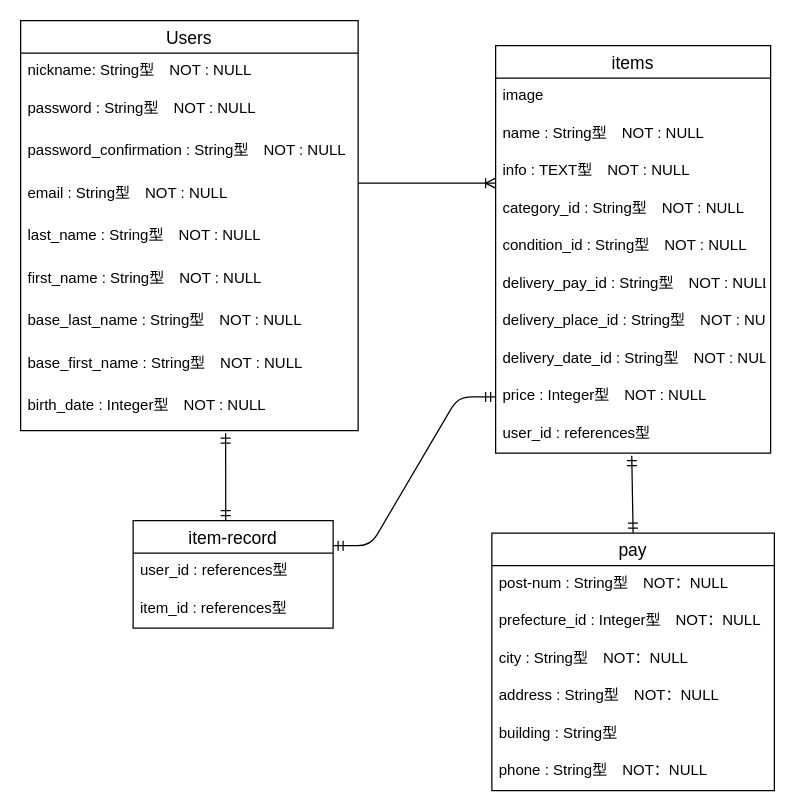
Haru65PF/furima-34560 keeps this draw.io diagram as DBTable.dio. Above is the earlier version. Source tidied: cells renumbered, new cells numbered last; positions are measured from the earlier drawing's top-left corner, leaving out a move shared by most shapes. Both pictures are drawn from the tidied source at 125%, with x=0, y=0 at pixel (20, 20).
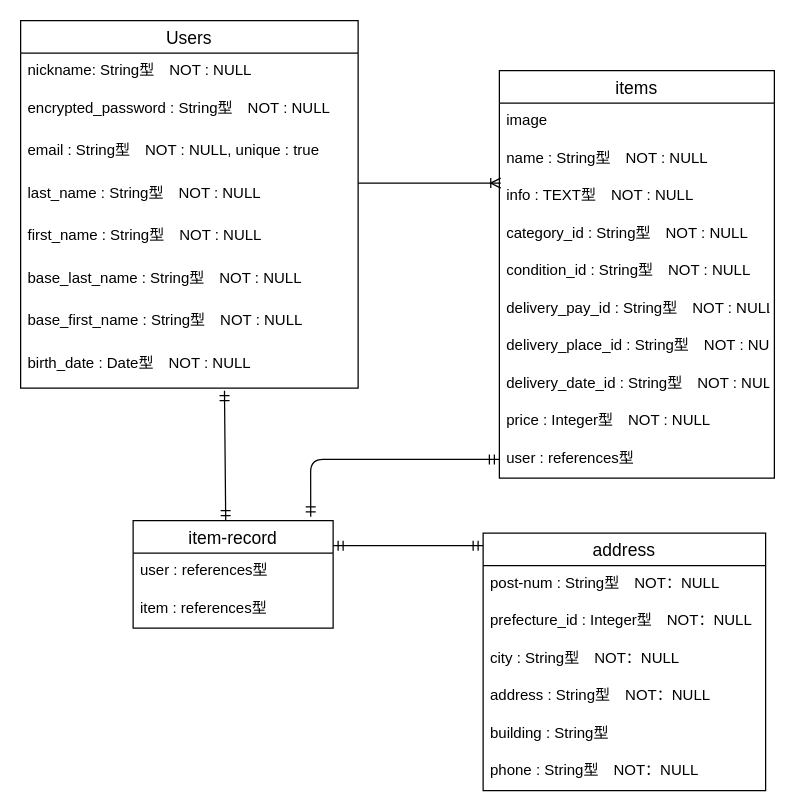
The same page after the edit.

Commit message (it also covers changes not shown here):
DB設計修正　２回目

The change refers to these unchanged cells:
```xml
<mxCell id="15" value="info : TEXT型　NOT : NULL" style="text;strokeColor=none;fillColor=none;spacingLeft=4;spacingRight=4;overflow=hidden;points=[[0,0.5],[1,0.5]];portConstraint=eastwest;fontSize=12;" parent="12" vertex="1">
  <mxGeometry y="86" width="220" height="30" as="geometry" />
</mxCell>
<mxCell id="21" value="price : Integer型　NOT : NULL" style="text;strokeColor=none;fillColor=none;spacingLeft=4;spacingRight=4;overflow=hidden;points=[[0,0.5],[1,0.5]];portConstraint=eastwest;fontSize=12;" parent="12" vertex="1">
  <mxGeometry y="266" width="220" height="30" as="geometry" />
</mxCell>
<mxCell id="32" value="item-record" style="swimlane;fontStyle=0;horizontal=1;startSize=26;align=center;fontSize=14;" parent="1" vertex="1">
  <mxGeometry x="90" y="400" width="160" height="86" as="geometry" />
</mxCell>
```

What changed in the source:
```diff
@@
     <mxCell id="2" value="Users" style="swimlane;fontStyle=0;horizontal=1;startSize=26;align=center;fontSize=14;" parent="1" vertex="1">
-      <mxGeometry width="270" height="328" as="geometry" />
+      <mxGeometry width="270" height="294" as="geometry" />
     </mxCell>
@@
-    <mxCell id="4" value="password : String型　NOT : NULL" style="text;strokeColor=none;fillColor=none;spacingLeft=4;spacingRight=4;overflow=hidden;fontSize=12;" parent="2" vertex="1">
+    <mxCell id="4" value="encrypted_password : String型　NOT : NULL" style="text;strokeColor=none;fillColor=none;spacingLeft=4;spacingRight=4;overflow=hidden;fontSize=12;" parent="2" vertex="1">
       <mxGeometry y="56" width="270" height="34" as="geometry" />
     </mxCell>
-    <mxCell id="5" value="password_confirmation : String型　NOT : NULL" style="text;strokeColor=none;fillColor=none;spacingLeft=4;spacingRight=4;overflow=hidden;fontSize=12;" parent="2" vertex="1">
-      <mxGeometry y="90" width="270" height="34" as="geometry" />
-    </mxCell>
-    <mxCell id="6" value="email : String型　NOT : NULL" style="text;strokeColor=none;fillColor=none;spacingLeft=4;spacingRight=4;overflow=hidden;fontSize=12;" parent="2" vertex="1">
-      <mxGeometry y="124" width="270" height="34" as="geometry" />
+    <mxCell id="6" value="email : String型　NOT : NULL, unique : true" style="text;strokeColor=none;fillColor=none;spacingLeft=4;spacingRight=4;overflow=hidden;fontSize=12;" parent="2" vertex="1">
+      <mxGeometry y="90" width="270" height="34" as="geometry" />
     </mxCell>
     <mxCell id="7" value="last_name : String型　NOT : NULL" style="text;strokeColor=none;fillColor=none;spacingLeft=4;spacingRight=4;overflow=hidden;fontSize=12;" parent="2" vertex="1">
-      <mxGeometry y="158" width="270" height="34" as="geometry" />
+      <mxGeometry y="124" width="270" height="34" as="geometry" />
     </mxCell>
     <mxCell id="8" value="first_name : String型　NOT : NULL" style="text;strokeColor=none;fillColor=none;spacingLeft=4;spacingRight=4;overflow=hidden;fontSize=12;" parent="2" vertex="1">
-      <mxGeometry y="192" width="270" height="34" as="geometry" />
+      <mxGeometry y="158" width="270" height="34" as="geometry" />
     </mxCell>
     <mxCell id="9" value="base_last_name : String型　NOT : NULL" style="text;strokeColor=none;fillColor=none;spacingLeft=4;spacingRight=4;overflow=hidden;fontSize=12;" parent="2" vertex="1">
-      <mxGeometry y="226" width="270" height="34" as="geometry" />
+      <mxGeometry y="192" width="270" height="34" as="geometry" />
     </mxCell>
     <mxCell id="10" value="base_first_name : String型　NOT : NULL" style="text;strokeColor=none;fillColor=none;spacingLeft=4;spacingRight=4;overflow=hidden;fontSize=12;" parent="2" vertex="1">
-      <mxGeometry y="260" width="270" height="34" as="geometry" />
+      <mxGeometry y="226" width="270" height="34" as="geometry" />
     </mxCell>
-    <mxCell id="11" value="birth_date : Integer型　NOT : NULL" style="text;strokeColor=none;fillColor=none;spacingLeft=4;spacingRight=4;overflow=hidden;points=[[0,0.5],[1,0.5]];portConstraint=eastwest;fontSize=12;" parent="2" vertex="1">
-      <mxGeometry y="294" width="270" height="34" as="geometry" />
+    <mxCell id="11" value="birth_date : Date型　NOT : NULL" style="text;strokeColor=none;fillColor=none;spacingLeft=4;spacingRight=4;overflow=hidden;points=[[0,0.5],[1,0.5]];portConstraint=eastwest;fontSize=12;" parent="2" vertex="1">
+      <mxGeometry y="260" width="270" height="34" as="geometry" />
     </mxCell>
     <mxCell id="12" value="items" style="swimlane;fontStyle=0;horizontal=1;startSize=26;align=center;fontSize=14;" parent="1" vertex="1">
-      <mxGeometry x="380" y="20" width="220" height="326" as="geometry" />
+      <mxGeometry x="383" y="40" width="220" height="326" as="geometry" />
     </mxCell>
@@
-    <mxCell id="22" value="user_id : references型" style="text;strokeColor=none;fillColor=none;spacingLeft=4;spacingRight=4;overflow=hidden;points=[[0,0.5],[1,0.5]];portConstraint=eastwest;fontSize=12;" parent="12" vertex="1">
+    <mxCell id="22" value="user : references型" style="text;strokeColor=none;fillColor=none;spacingLeft=4;spacingRight=4;overflow=hidden;points=[[0,0.5],[1,0.5]];portConstraint=eastwest;fontSize=12;" parent="12" vertex="1">
       <mxGeometry y="296" width="220" height="30" as="geometry" />
     </mxCell>
-    <mxCell id="23" value="pay" style="swimlane;fontStyle=0;horizontal=1;startSize=26;align=center;fontSize=14;" parent="1" vertex="1">
-      <mxGeometry x="377" y="410" width="226" height="206" as="geometry" />
+    <mxCell id="23" value="address" style="swimlane;fontStyle=0;horizontal=1;startSize=26;align=center;fontSize=14;" parent="1" vertex="1">
+      <mxGeometry x="370" y="410" width="226" height="206" as="geometry" />
     </mxCell>
@@
-    <mxCell id="30" style="edgeStyle=entityRelationEdgeStyle;fontSize=12;html=1;endArrow=ERoneToMany;entryX=0;entryY=0.8;entryDx=0;entryDy=0;entryPerimeter=0;" parent="1" edge="1" target="15">
+    <mxCell id="30" style="edgeStyle=entityRelationEdgeStyle;fontSize=12;html=1;endArrow=ERoneToMany;entryX=0.005;entryY=0.133;entryDx=0;entryDy=0;entryPerimeter=0;" parent="1" edge="1" target="15">
       <mxGeometry relative="1" as="geometry">
         <mxPoint x="270" y="130" as="sourcePoint" />
       </mxGeometry>
     </mxCell>
-    <mxCell id="31" style="fontSize=12;html=1;endArrow=ERmandOne;startArrow=ERmandOne;exitX=0.5;exitY=0;exitDx=0;exitDy=0;entryX=0.495;entryY=1.067;entryDx=0;entryDy=0;entryPerimeter=0;" parent="1" edge="1" source="23" target="22">
-      <mxGeometry relative="1" as="geometry" />
+    <mxCell id="31" style="fontSize=12;html=1;endArrow=ERmandOne;startArrow=ERmandOne;entryX=0;entryY=0.5;entryDx=0;entryDy=0;exitX=0.888;exitY=-0.035;exitDx=0;exitDy=0;exitPerimeter=0;" parent="1" edge="1" source="32" target="22">
+      <mxGeometry relative="1" as="geometry">
+        <Array as="points">
+          <mxPoint x="232" y="351" />
+        </Array>
+      </mxGeometry>
     </mxCell>
@@
-    <mxCell id="33" value="user_id : references型" style="text;strokeColor=none;fillColor=none;spacingLeft=4;spacingRight=4;overflow=hidden;fontSize=12;" parent="32" vertex="1">
+    <mxCell id="33" value="user : references型" style="text;strokeColor=none;fillColor=none;spacingLeft=4;spacingRight=4;overflow=hidden;fontSize=12;" parent="32" vertex="1">
       <mxGeometry y="26" width="160" height="30" as="geometry" />
     </mxCell>
-    <mxCell id="34" value="item_id : references型" style="text;strokeColor=none;fillColor=none;spacingLeft=4;spacingRight=4;overflow=hidden;fontSize=12;" parent="32" vertex="1">
+    <mxCell id="34" value="item : references型" style="text;strokeColor=none;fillColor=none;spacingLeft=4;spacingRight=4;overflow=hidden;fontSize=12;" parent="32" vertex="1">
       <mxGeometry y="56" width="160" height="30" as="geometry" />
     </mxCell>
-    <mxCell id="35" style="edgeStyle=entityRelationEdgeStyle;fontSize=12;html=1;endArrow=ERmandOne;startArrow=ERmandOne;entryX=0;entryY=0.5;entryDx=0;entryDy=0;" parent="1" edge="1" target="21">
+    <mxCell id="35" style="edgeStyle=entityRelationEdgeStyle;fontSize=12;html=1;endArrow=ERmandOne;startArrow=ERmandOne;" parent="1" edge="1">
       <mxGeometry relative="1" as="geometry">
         <mxPoint x="250" y="420" as="sourcePoint" />
+        <mxPoint x="370" y="420" as="targetPoint" />
       </mxGeometry>
     </mxCell>
-    <mxCell id="36" style="fontSize=12;html=1;endArrow=ERmandOne;startArrow=ERmandOne;exitX=0.463;exitY=0;exitDx=0;exitDy=0;exitPerimeter=0;entryX=0.713;entryY=1.059;entryDx=0;entryDy=0;entryPerimeter=0;" parent="1" edge="1" source="32">
-      <mxGeometry relative="1" as="geometry">
-        <mxPoint x="164" y="330" as="targetPoint" />
-      </mxGeometry>
+    <mxCell id="36" style="fontSize=12;html=1;endArrow=ERmandOne;startArrow=ERmandOne;exitX=0.463;exitY=0;exitDx=0;exitDy=0;exitPerimeter=0;entryX=0.604;entryY=1.059;entryDx=0;entryDy=0;entryPerimeter=0;" parent="1" edge="1" source="32" target="11">
+      <mxGeometry relative="1" as="geometry" />
     </mxCell>
```
